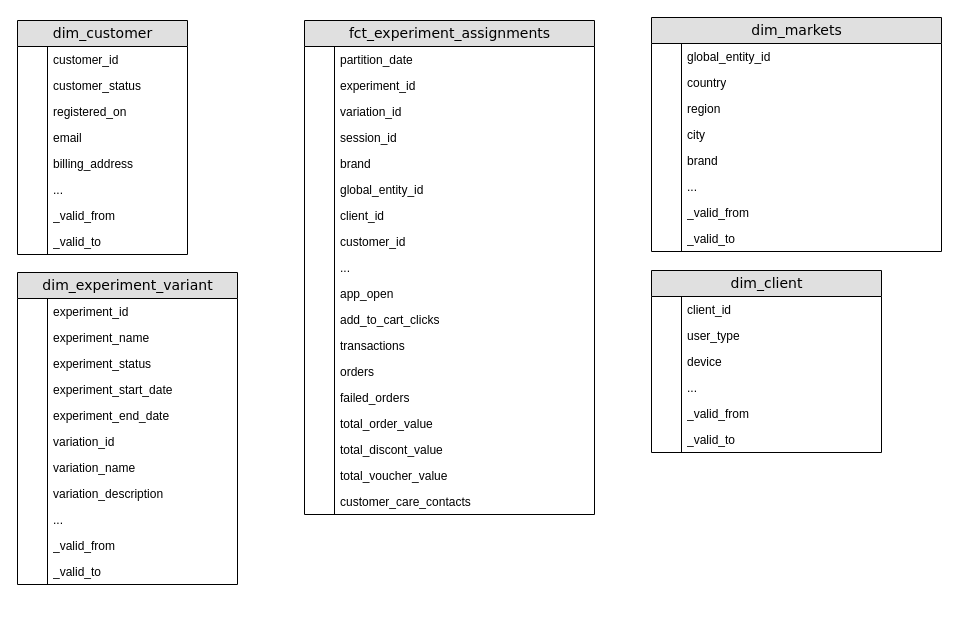
domenicoboris89/Diagrams keeps this draw.io diagram as page "Data Model" (2 of 7) of delivery hero.drawio. Above is the earlier version. Source tidied: cells renumbered, new cells numbered last; positions are measured from the earlier drawing's top-left corner, leaving out a move shared by most shapes. Both pictures are drawn from the tidied source at 100%, with x=0, y=0 at pixel (17, 17).
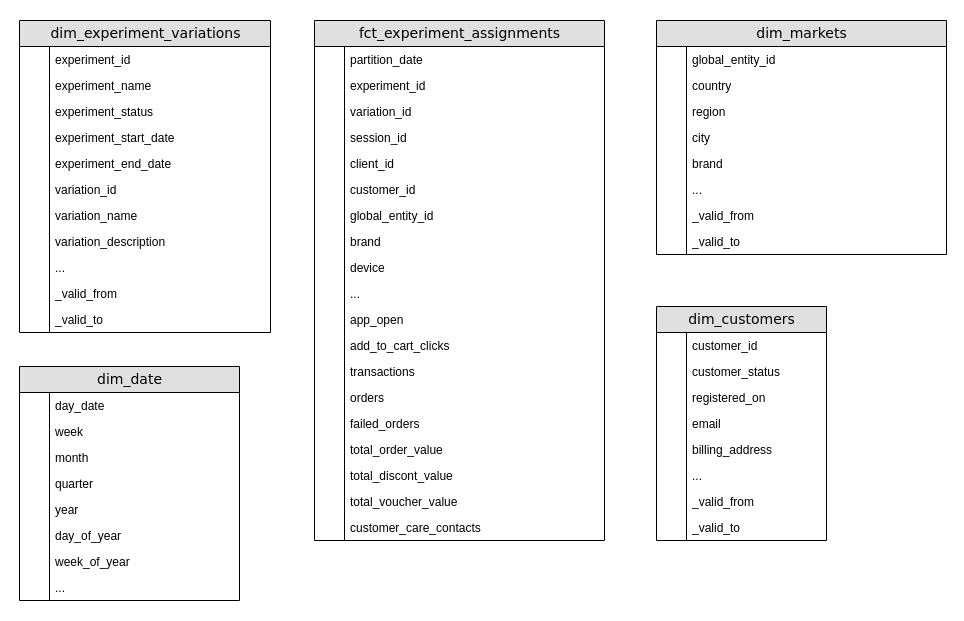
Above is the later version.

The edit, as a diff of the source:
```diff
@@
-    <mxCell id="2" value="dim_experiment_variant" style="swimlane;html=1;fontStyle=0;horizontal=1;startSize=26;fillColor=#e0e0e0;swimlaneFillColor=#ffffff;align=center;rounded=0;shadow=0;comic=0;labelBackgroundColor=none;strokeWidth=1;fontFamily=Verdana;fontSize=14;swimlaneLine=1;" parent="1" vertex="1">
-      <mxGeometry y="255" width="220" height="312" as="geometry" />
+    <mxCell id="2" value="dim_experiment_variations" style="swimlane;html=1;fontStyle=0;horizontal=1;startSize=26;fillColor=#e0e0e0;swimlaneFillColor=#ffffff;align=center;rounded=0;shadow=0;comic=0;labelBackgroundColor=none;strokeWidth=1;fontFamily=Verdana;fontSize=14;swimlaneLine=1;" parent="1" vertex="1">
+      <mxGeometry x="2" y="3" width="251" height="312" as="geometry" />
     </mxCell>
     <mxCell id="3" value="experiment_id" style="shape=partialRectangle;top=0;left=0;right=0;bottom=0;html=1;align=left;verticalAlign=top;fillColor=none;spacingLeft=34;spacingRight=4;whiteSpace=wrap;overflow=hidden;" parent="2" vertex="1">
-      <mxGeometry y="26" width="220" height="26" as="geometry" />
+      <mxGeometry y="26" width="251" height="26" as="geometry" />
     </mxCell>
@@
     <mxCell id="5" value="experiment_name" style="shape=partialRectangle;top=0;left=0;right=0;bottom=0;html=1;align=left;verticalAlign=top;fillColor=none;spacingLeft=34;spacingRight=4;whiteSpace=wrap;overflow=hidden;" parent="2" vertex="1">
-      <mxGeometry y="52" width="220" height="26" as="geometry" />
+      <mxGeometry y="52" width="251" height="26" as="geometry" />
     </mxCell>
@@
     <mxCell id="7" value="experiment_status" style="shape=partialRectangle;top=0;left=0;right=0;bottom=0;html=1;align=left;verticalAlign=top;fillColor=none;spacingLeft=34;spacingRight=4;whiteSpace=wrap;overflow=hidden;" parent="2" vertex="1">
-      <mxGeometry y="78" width="220" height="26" as="geometry" />
+      <mxGeometry y="78" width="251" height="26" as="geometry" />
     </mxCell>
@@
     <mxCell id="9" value="experiment_start_date" style="shape=partialRectangle;top=0;left=0;right=0;bottom=0;html=1;align=left;verticalAlign=top;fillColor=none;spacingLeft=34;spacingRight=4;whiteSpace=wrap;overflow=hidden;" parent="2" vertex="1">
-      <mxGeometry y="104" width="220" height="26" as="geometry" />
+      <mxGeometry y="104" width="251" height="26" as="geometry" />
     </mxCell>
@@
     <mxCell id="11" value="experiment_end_date" style="shape=partialRectangle;top=0;left=0;right=0;bottom=0;html=1;align=left;verticalAlign=top;fillColor=none;spacingLeft=34;spacingRight=4;whiteSpace=wrap;overflow=hidden;" parent="2" vertex="1">
-      <mxGeometry y="130" width="220" height="26" as="geometry" />
+      <mxGeometry y="130" width="251" height="26" as="geometry" />
     </mxCell>
@@
     <mxCell id="13" value="variation_id" style="shape=partialRectangle;top=0;left=0;right=0;bottom=0;html=1;align=left;verticalAlign=top;fillColor=none;spacingLeft=34;spacingRight=4;whiteSpace=wrap;overflow=hidden;" parent="2" vertex="1">
-      <mxGeometry y="156" width="220" height="26" as="geometry" />
+      <mxGeometry y="156" width="251" height="26" as="geometry" />
     </mxCell>
@@
     <mxCell id="15" value="variation_name" style="shape=partialRectangle;top=0;left=0;right=0;bottom=0;html=1;align=left;verticalAlign=top;fillColor=none;spacingLeft=34;spacingRight=4;whiteSpace=wrap;overflow=hidden;" parent="2" vertex="1">
-      <mxGeometry y="182" width="220" height="26" as="geometry" />
+      <mxGeometry y="182" width="251" height="26" as="geometry" />
     </mxCell>
@@
     <mxCell id="17" value="variation_description" style="shape=partialRectangle;top=0;left=0;right=0;bottom=0;html=1;align=left;verticalAlign=top;fillColor=none;spacingLeft=34;spacingRight=4;whiteSpace=wrap;overflow=hidden;" parent="2" vertex="1">
-      <mxGeometry y="208" width="220" height="26" as="geometry" />
+      <mxGeometry y="208" width="251" height="26" as="geometry" />
     </mxCell>
@@
     <mxCell id="19" value="..." style="shape=partialRectangle;top=0;left=0;right=0;bottom=0;html=1;align=left;verticalAlign=top;fillColor=none;spacingLeft=34;spacingRight=4;whiteSpace=wrap;overflow=hidden;" parent="2" vertex="1">
-      <mxGeometry y="234" width="220" height="26" as="geometry" />
+      <mxGeometry y="234" width="251" height="26" as="geometry" />
     </mxCell>
@@
     <mxCell id="21" value="_valid_from" style="shape=partialRectangle;top=0;left=0;right=0;bottom=0;html=1;align=left;verticalAlign=top;fillColor=none;spacingLeft=34;spacingRight=4;whiteSpace=wrap;overflow=hidden;" parent="2" vertex="1">
-      <mxGeometry y="260" width="220" height="26" as="geometry" />
+      <mxGeometry y="260" width="251" height="26" as="geometry" />
     </mxCell>
@@
     <mxCell id="23" value="_valid_to" style="shape=partialRectangle;top=0;left=0;right=0;bottom=0;html=1;align=left;verticalAlign=top;fillColor=none;spacingLeft=34;spacingRight=4;whiteSpace=wrap;overflow=hidden;" parent="2" vertex="1">
-      <mxGeometry y="286" width="220" height="26" as="geometry" />
+      <mxGeometry y="286" width="251" height="26" as="geometry" />
     </mxCell>
@@
-    <mxCell id="25" value="dim_client" style="swimlane;html=1;fontStyle=0;horizontal=1;startSize=26;fillColor=#e0e0e0;swimlaneFillColor=#ffffff;align=center;rounded=0;shadow=0;comic=0;labelBackgroundColor=none;strokeWidth=1;fontFamily=Verdana;fontSize=14;swimlaneLine=1;" parent="1" vertex="1">
-      <mxGeometry x="634" y="253" width="230" height="182" as="geometry" />
-    </mxCell>
-    <mxCell id="26" value="client_id" style="shape=partialRectangle;top=0;left=0;right=0;bottom=0;html=1;align=left;verticalAlign=top;fillColor=none;spacingLeft=34;spacingRight=4;whiteSpace=wrap;overflow=hidden;" parent="25" vertex="1">
-      <mxGeometry y="26" width="230" height="26" as="geometry" />
-    </mxCell>
-    <mxCell id="27" style="shape=partialRectangle;top=0;left=0;bottom=0;html=1;fillColor=none;align=left;verticalAlign=top;spacingLeft=4;spacingRight=4;whiteSpace=wrap;overflow=hidden;" parent="26" vertex="1">
-      <mxGeometry width="30" height="26" as="geometry" />
-    </mxCell>
-    <mxCell id="28" value="user_type" style="shape=partialRectangle;top=0;left=0;right=0;bottom=0;html=1;align=left;verticalAlign=top;fillColor=none;spacingLeft=34;spacingRight=4;whiteSpace=wrap;overflow=hidden;" parent="25" vertex="1">
-      <mxGeometry y="52" width="230" height="26" as="geometry" />
-    </mxCell>
-    <mxCell id="29" style="shape=partialRectangle;top=0;left=0;bottom=0;html=1;fillColor=none;align=left;verticalAlign=top;spacingLeft=4;spacingRight=4;whiteSpace=wrap;overflow=hidden;" parent="28" vertex="1">
-      <mxGeometry width="30" height="26" as="geometry" />
-    </mxCell>
-    <mxCell id="30" value="device" style="shape=partialRectangle;top=0;left=0;right=0;bottom=0;html=1;align=left;verticalAlign=top;fillColor=none;spacingLeft=34;spacingRight=4;whiteSpace=wrap;overflow=hidden;" parent="25" vertex="1">
-      <mxGeometry y="78" width="230" height="26" as="geometry" />
-    </mxCell>
-    <mxCell id="31" style="shape=partialRectangle;top=0;left=0;bottom=0;html=1;fillColor=none;align=left;verticalAlign=top;spacingLeft=4;spacingRight=4;whiteSpace=wrap;overflow=hidden;" parent="30" vertex="1">
-      <mxGeometry width="30" height="26" as="geometry" />
-    </mxCell>
-    <mxCell id="32" value="..." style="shape=partialRectangle;top=0;left=0;right=0;bottom=0;html=1;align=left;verticalAlign=top;fillColor=none;spacingLeft=34;spacingRight=4;whiteSpace=wrap;overflow=hidden;" parent="25" vertex="1">
-      <mxGeometry y="104" width="230" height="26" as="geometry" />
-    </mxCell>
-    <mxCell id="33" style="shape=partialRectangle;top=0;left=0;bottom=0;html=1;fillColor=none;align=left;verticalAlign=top;spacingLeft=4;spacingRight=4;whiteSpace=wrap;overflow=hidden;" parent="32" vertex="1">
-      <mxGeometry width="30" height="26" as="geometry" />
-    </mxCell>
-    <mxCell id="34" value="_valid_from" style="shape=partialRectangle;top=0;left=0;right=0;bottom=0;html=1;align=left;verticalAlign=top;fillColor=none;spacingLeft=34;spacingRight=4;whiteSpace=wrap;overflow=hidden;" parent="25" vertex="1">
-      <mxGeometry y="130" width="230" height="26" as="geometry" />
-    </mxCell>
-    <mxCell id="35" style="shape=partialRectangle;top=0;left=0;bottom=0;html=1;fillColor=none;align=left;verticalAlign=top;spacingLeft=4;spacingRight=4;whiteSpace=wrap;overflow=hidden;" parent="34" vertex="1">
-      <mxGeometry width="30" height="26" as="geometry" />
-    </mxCell>
-    <mxCell id="36" value="_valid_to" style="shape=partialRectangle;top=0;left=0;right=0;bottom=0;html=1;align=left;verticalAlign=top;fillColor=none;spacingLeft=34;spacingRight=4;whiteSpace=wrap;overflow=hidden;" parent="25" vertex="1">
-      <mxGeometry y="156" width="230" height="26" as="geometry" />
-    </mxCell>
-    <mxCell id="37" style="shape=partialRectangle;top=0;left=0;bottom=0;html=1;fillColor=none;align=left;verticalAlign=top;spacingLeft=4;spacingRight=4;whiteSpace=wrap;overflow=hidden;" parent="36" vertex="1">
-      <mxGeometry width="30" height="26" as="geometry" />
-    </mxCell>
     <mxCell id="38" value="fct_experiment_assignments" style="swimlane;html=1;fontStyle=0;horizontal=1;startSize=26;fillColor=#e0e0e0;swimlaneFillColor=#ffffff;align=center;rounded=0;shadow=0;comic=0;labelBackgroundColor=none;strokeWidth=1;fontFamily=Verdana;fontSize=14;swimlaneLine=1;" parent="1" vertex="1">
-      <mxGeometry x="287" y="3" width="290" height="494" as="geometry" />
+      <mxGeometry x="297" y="3" width="290" height="520" as="geometry" />
     </mxCell>
@@
-    <mxCell id="47" value="brand" style="shape=partialRectangle;top=0;left=0;right=0;bottom=0;html=1;align=left;verticalAlign=top;fillColor=none;spacingLeft=34;spacingRight=4;whiteSpace=wrap;overflow=hidden;" parent="38" vertex="1">
-      <mxGeometry y="130" width="290" height="26" as="geometry" />
-    </mxCell>
-    <mxCell id="48" style="shape=partialRectangle;top=0;left=0;bottom=0;html=1;fillColor=none;align=left;verticalAlign=top;spacingLeft=4;spacingRight=4;whiteSpace=wrap;overflow=hidden;" parent="47" vertex="1">
-      <mxGeometry width="30" height="26" as="geometry" />
-    </mxCell>
-    <mxCell id="49" value="global_entity_id" style="shape=partialRectangle;top=0;left=0;right=0;bottom=0;html=1;align=left;verticalAlign=top;fillColor=none;spacingLeft=34;spacingRight=4;whiteSpace=wrap;overflow=hidden;" parent="38" vertex="1">
-      <mxGeometry y="156" width="290" height="26" as="geometry" />
-    </mxCell>
-    <mxCell id="50" style="shape=partialRectangle;top=0;left=0;bottom=0;html=1;fillColor=none;align=left;verticalAlign=top;spacingLeft=4;spacingRight=4;whiteSpace=wrap;overflow=hidden;" parent="49" vertex="1">
-      <mxGeometry width="30" height="26" as="geometry" />
-    </mxCell>
     <mxCell id="51" value="&lt;div&gt;client_id&lt;/div&gt;" style="shape=partialRectangle;top=0;left=0;right=0;bottom=0;html=1;align=left;verticalAlign=top;fillColor=none;spacingLeft=34;spacingRight=4;whiteSpace=wrap;overflow=hidden;" parent="38" vertex="1">
-      <mxGeometry y="182" width="290" height="26" as="geometry" />
+      <mxGeometry y="130" width="290" height="26" as="geometry" />
     </mxCell>
@@
     <mxCell id="53" value="customer_id&lt;div&gt;&lt;br&gt;&lt;/div&gt;" style="shape=partialRectangle;top=0;left=0;right=0;bottom=0;html=1;align=left;verticalAlign=top;fillColor=none;spacingLeft=34;spacingRight=4;whiteSpace=wrap;overflow=hidden;" parent="38" vertex="1">
-      <mxGeometry y="208" width="290" height="26" as="geometry" />
+      <mxGeometry y="156" width="290" height="26" as="geometry" />
     </mxCell>
@@
+    <mxCell id="49" value="global_entity_id" style="shape=partialRectangle;top=0;left=0;right=0;bottom=0;html=1;align=left;verticalAlign=top;fillColor=none;spacingLeft=34;spacingRight=4;whiteSpace=wrap;overflow=hidden;" parent="38" vertex="1">
+      <mxGeometry y="182" width="290" height="26" as="geometry" />
+    </mxCell>
+    <mxCell id="50" style="shape=partialRectangle;top=0;left=0;bottom=0;html=1;fillColor=none;align=left;verticalAlign=top;spacingLeft=4;spacingRight=4;whiteSpace=wrap;overflow=hidden;" parent="49" vertex="1">
+      <mxGeometry width="30" height="26" as="geometry" />
+    </mxCell>
+    <mxCell id="47" value="brand" style="shape=partialRectangle;top=0;left=0;right=0;bottom=0;html=1;align=left;verticalAlign=top;fillColor=none;spacingLeft=34;spacingRight=4;whiteSpace=wrap;overflow=hidden;" parent="38" vertex="1">
+      <mxGeometry y="208" width="290" height="26" as="geometry" />
+    </mxCell>
+    <mxCell id="48" style="shape=partialRectangle;top=0;left=0;bottom=0;html=1;fillColor=none;align=left;verticalAlign=top;spacingLeft=4;spacingRight=4;whiteSpace=wrap;overflow=hidden;" parent="47" vertex="1">
+      <mxGeometry width="30" height="26" as="geometry" />
+    </mxCell>
+    <mxCell id="30" value="&lt;div&gt;device&lt;/div&gt;" style="shape=partialRectangle;top=0;left=0;right=0;bottom=0;html=1;align=left;verticalAlign=top;fillColor=none;spacingLeft=34;spacingRight=4;whiteSpace=wrap;overflow=hidden;" parent="38" vertex="1">
+      <mxGeometry y="234" width="290" height="26" as="geometry" />
+    </mxCell>
+    <mxCell id="109" style="shape=partialRectangle;top=0;left=0;bottom=0;html=1;fillColor=none;align=left;verticalAlign=top;spacingLeft=4;spacingRight=4;whiteSpace=wrap;overflow=hidden;" parent="30" vertex="1">
+      <mxGeometry width="30" height="26" as="geometry" />
+    </mxCell>
     <mxCell id="55" value="..." style="shape=partialRectangle;top=0;left=0;right=0;bottom=0;html=1;align=left;verticalAlign=top;fillColor=none;spacingLeft=34;spacingRight=4;whiteSpace=wrap;overflow=hidden;" parent="38" vertex="1">
-      <mxGeometry y="234" width="290" height="26" as="geometry" />
+      <mxGeometry y="260" width="290" height="26" as="geometry" />
     </mxCell>
@@
     <mxCell id="57" value="app_open" style="shape=partialRectangle;top=0;left=0;right=0;bottom=0;html=1;align=left;verticalAlign=top;fillColor=none;spacingLeft=34;spacingRight=4;whiteSpace=wrap;overflow=hidden;" parent="38" vertex="1">
-      <mxGeometry y="260" width="290" height="26" as="geometry" />
+      <mxGeometry y="286" width="290" height="26" as="geometry" />
     </mxCell>
@@
     <mxCell id="59" value="add_to_cart_clicks" style="shape=partialRectangle;top=0;left=0;right=0;bottom=0;html=1;align=left;verticalAlign=top;fillColor=none;spacingLeft=34;spacingRight=4;whiteSpace=wrap;overflow=hidden;" parent="38" vertex="1">
-      <mxGeometry y="286" width="290" height="26" as="geometry" />
+      <mxGeometry y="312" width="290" height="26" as="geometry" />
     </mxCell>
@@
     <mxCell id="61" value="transactions" style="shape=partialRectangle;top=0;left=0;right=0;bottom=0;html=1;align=left;verticalAlign=top;fillColor=none;spacingLeft=34;spacingRight=4;whiteSpace=wrap;overflow=hidden;" parent="38" vertex="1">
-      <mxGeometry y="312" width="290" height="26" as="geometry" />
+      <mxGeometry y="338" width="290" height="26" as="geometry" />
     </mxCell>
@@
     <mxCell id="63" value="orders" style="shape=partialRectangle;top=0;left=0;right=0;bottom=0;html=1;align=left;verticalAlign=top;fillColor=none;spacingLeft=34;spacingRight=4;whiteSpace=wrap;overflow=hidden;" parent="38" vertex="1">
-      <mxGeometry y="338" width="290" height="26" as="geometry" />
+      <mxGeometry y="364" width="290" height="26" as="geometry" />
     </mxCell>
@@
     <mxCell id="65" value="failed_orders" style="shape=partialRectangle;top=0;left=0;right=0;bottom=0;html=1;align=left;verticalAlign=top;fillColor=none;spacingLeft=34;spacingRight=4;whiteSpace=wrap;overflow=hidden;" parent="38" vertex="1">
-      <mxGeometry y="364" width="290" height="26" as="geometry" />
+      <mxGeometry y="390" width="290" height="26" as="geometry" />
     </mxCell>
@@
     <mxCell id="67" value="total_order_value" style="shape=partialRectangle;top=0;left=0;right=0;bottom=0;html=1;align=left;verticalAlign=top;fillColor=none;spacingLeft=34;spacingRight=4;whiteSpace=wrap;overflow=hidden;" parent="38" vertex="1">
-      <mxGeometry y="390" width="290" height="26" as="geometry" />
+      <mxGeometry y="416" width="290" height="26" as="geometry" />
     </mxCell>
@@
     <mxCell id="69" value="total_discont_value" style="shape=partialRectangle;top=0;left=0;right=0;bottom=0;html=1;align=left;verticalAlign=top;fillColor=none;spacingLeft=34;spacingRight=4;whiteSpace=wrap;overflow=hidden;" parent="38" vertex="1">
-      <mxGeometry y="416" width="290" height="26" as="geometry" />
+      <mxGeometry y="442" width="290" height="26" as="geometry" />
     </mxCell>
@@
     <mxCell id="71" value="total_voucher_value" style="shape=partialRectangle;top=0;left=0;right=0;bottom=0;html=1;align=left;verticalAlign=top;fillColor=none;spacingLeft=34;spacingRight=4;whiteSpace=wrap;overflow=hidden;" parent="38" vertex="1">
-      <mxGeometry y="442" width="290" height="26" as="geometry" />
+      <mxGeometry y="468" width="290" height="26" as="geometry" />
     </mxCell>
@@
     <mxCell id="73" value="customer_care_contacts" style="shape=partialRectangle;top=0;left=0;right=0;bottom=0;html=1;align=left;verticalAlign=top;fillColor=none;spacingLeft=34;spacingRight=4;whiteSpace=wrap;overflow=hidden;" parent="38" vertex="1">
-      <mxGeometry y="468" width="290" height="26" as="geometry" />
+      <mxGeometry y="494" width="290" height="26" as="geometry" />
     </mxCell>
@@
-    <mxCell id="75" value="dim_customer" style="swimlane;html=1;fontStyle=0;horizontal=1;startSize=26;fillColor=#e0e0e0;swimlaneFillColor=#ffffff;align=center;rounded=0;shadow=0;comic=0;labelBackgroundColor=none;strokeWidth=1;fontFamily=Verdana;fontSize=14;swimlaneLine=1;" parent="1" vertex="1">
-      <mxGeometry y="3" width="170" height="234" as="geometry" />
+    <mxCell id="75" value="dim_customers" style="swimlane;html=1;fontStyle=0;horizontal=1;startSize=26;fillColor=#e0e0e0;swimlaneFillColor=#ffffff;align=center;rounded=0;shadow=0;comic=0;labelBackgroundColor=none;strokeWidth=1;fontFamily=Verdana;fontSize=14;swimlaneLine=1;" parent="1" vertex="1">
+      <mxGeometry x="639" y="289" width="170" height="234" as="geometry" />
     </mxCell>
@@
     <mxCell id="92" value="dim_markets" style="swimlane;html=1;fontStyle=0;horizontal=1;startSize=26;fillColor=#e0e0e0;swimlaneFillColor=#ffffff;align=center;rounded=0;shadow=0;comic=0;labelBackgroundColor=none;strokeWidth=1;fontFamily=Verdana;fontSize=14;swimlaneLine=1;" parent="1" vertex="1">
-      <mxGeometry x="634" width="290" height="234" as="geometry" />
+      <mxGeometry x="639" y="3" width="290" height="234" as="geometry" />
     </mxCell>
@@
+    <mxCell id="110" value="dim_date" style="swimlane;html=1;fontStyle=0;horizontal=1;startSize=26;fillColor=#e0e0e0;swimlaneFillColor=#ffffff;align=center;rounded=0;shadow=0;comic=0;labelBackgroundColor=none;strokeWidth=1;fontFamily=Verdana;fontSize=14;swimlaneLine=1;" parent="1" vertex="1">
+      <mxGeometry x="2" y="349" width="220" height="234" as="geometry" />
+    </mxCell>
+    <mxCell id="111" value="day_date" style="shape=partialRectangle;top=0;left=0;right=0;bottom=0;html=1;align=left;verticalAlign=top;fillColor=none;spacingLeft=34;spacingRight=4;whiteSpace=wrap;overflow=hidden;" parent="110" vertex="1">
+      <mxGeometry y="26" width="220" height="26" as="geometry" />
+    </mxCell>
+    <mxCell id="112" style="shape=partialRectangle;top=0;left=0;bottom=0;html=1;fillColor=none;align=left;verticalAlign=top;spacingLeft=4;spacingRight=4;whiteSpace=wrap;overflow=hidden;" parent="111" vertex="1">
+      <mxGeometry width="30" height="26" as="geometry" />
+    </mxCell>
+    <mxCell id="113" value="week" style="shape=partialRectangle;top=0;left=0;right=0;bottom=0;html=1;align=left;verticalAlign=top;fillColor=none;spacingLeft=34;spacingRight=4;whiteSpace=wrap;overflow=hidden;" parent="110" vertex="1">
+      <mxGeometry y="52" width="220" height="26" as="geometry" />
+    </mxCell>
+    <mxCell id="114" style="shape=partialRectangle;top=0;left=0;bottom=0;html=1;fillColor=none;align=left;verticalAlign=top;spacingLeft=4;spacingRight=4;whiteSpace=wrap;overflow=hidden;" parent="113" vertex="1">
+      <mxGeometry width="30" height="26" as="geometry" />
+    </mxCell>
+    <mxCell id="115" value="month" style="shape=partialRectangle;top=0;left=0;right=0;bottom=0;html=1;align=left;verticalAlign=top;fillColor=none;spacingLeft=34;spacingRight=4;whiteSpace=wrap;overflow=hidden;" parent="110" vertex="1">
+      <mxGeometry y="78" width="220" height="26" as="geometry" />
+    </mxCell>
+    <mxCell id="116" style="shape=partialRectangle;top=0;left=0;bottom=0;html=1;fillColor=none;align=left;verticalAlign=top;spacingLeft=4;spacingRight=4;whiteSpace=wrap;overflow=hidden;" parent="115" vertex="1">
+      <mxGeometry width="30" height="26" as="geometry" />
+    </mxCell>
+    <mxCell id="117" value="quarter" style="shape=partialRectangle;top=0;left=0;right=0;bottom=0;html=1;align=left;verticalAlign=top;fillColor=none;spacingLeft=34;spacingRight=4;whiteSpace=wrap;overflow=hidden;" parent="110" vertex="1">
+      <mxGeometry y="104" width="220" height="26" as="geometry" />
+    </mxCell>
+    <mxCell id="118" style="shape=partialRectangle;top=0;left=0;bottom=0;html=1;fillColor=none;align=left;verticalAlign=top;spacingLeft=4;spacingRight=4;whiteSpace=wrap;overflow=hidden;" parent="117" vertex="1">
+      <mxGeometry width="30" height="26" as="geometry" />
+    </mxCell>
+    <mxCell id="119" value="year" style="shape=partialRectangle;top=0;left=0;right=0;bottom=0;html=1;align=left;verticalAlign=top;fillColor=none;spacingLeft=34;spacingRight=4;whiteSpace=wrap;overflow=hidden;" parent="110" vertex="1">
+      <mxGeometry y="130" width="220" height="26" as="geometry" />
+    </mxCell>
+    <mxCell id="120" style="shape=partialRectangle;top=0;left=0;bottom=0;html=1;fillColor=none;align=left;verticalAlign=top;spacingLeft=4;spacingRight=4;whiteSpace=wrap;overflow=hidden;" parent="119" vertex="1">
+      <mxGeometry width="30" height="26" as="geometry" />
+    </mxCell>
+    <mxCell id="121" value="day_of_year" style="shape=partialRectangle;top=0;left=0;right=0;bottom=0;html=1;align=left;verticalAlign=top;fillColor=none;spacingLeft=34;spacingRight=4;whiteSpace=wrap;overflow=hidden;" parent="110" vertex="1">
+      <mxGeometry y="156" width="220" height="26" as="geometry" />
+    </mxCell>
+    <mxCell id="122" style="shape=partialRectangle;top=0;left=0;bottom=0;html=1;fillColor=none;align=left;verticalAlign=top;spacingLeft=4;spacingRight=4;whiteSpace=wrap;overflow=hidden;" parent="121" vertex="1">
+      <mxGeometry width="30" height="26" as="geometry" />
+    </mxCell>
+    <mxCell id="123" value="week_of_year" style="shape=partialRectangle;top=0;left=0;right=0;bottom=0;html=1;align=left;verticalAlign=top;fillColor=none;spacingLeft=34;spacingRight=4;whiteSpace=wrap;overflow=hidden;" parent="110" vertex="1">
+      <mxGeometry y="182" width="220" height="26" as="geometry" />
+    </mxCell>
+    <mxCell id="124" style="shape=partialRectangle;top=0;left=0;bottom=0;html=1;fillColor=none;align=left;verticalAlign=top;spacingLeft=4;spacingRight=4;whiteSpace=wrap;overflow=hidden;" parent="123" vertex="1">
+      <mxGeometry width="30" height="26" as="geometry" />
+    </mxCell>
+    <mxCell id="32" value="..." style="shape=partialRectangle;top=0;left=0;right=0;bottom=0;html=1;align=left;verticalAlign=top;fillColor=none;spacingLeft=34;spacingRight=4;whiteSpace=wrap;overflow=hidden;" parent="110" vertex="1">
+      <mxGeometry y="208" width="220" height="26" as="geometry" />
+    </mxCell>
+    <mxCell id="125" style="shape=partialRectangle;top=0;left=0;bottom=0;html=1;fillColor=none;align=left;verticalAlign=top;spacingLeft=4;spacingRight=4;whiteSpace=wrap;overflow=hidden;" parent="32" vertex="1">
+      <mxGeometry width="30" height="26" as="geometry" />
+    </mxCell>
```
